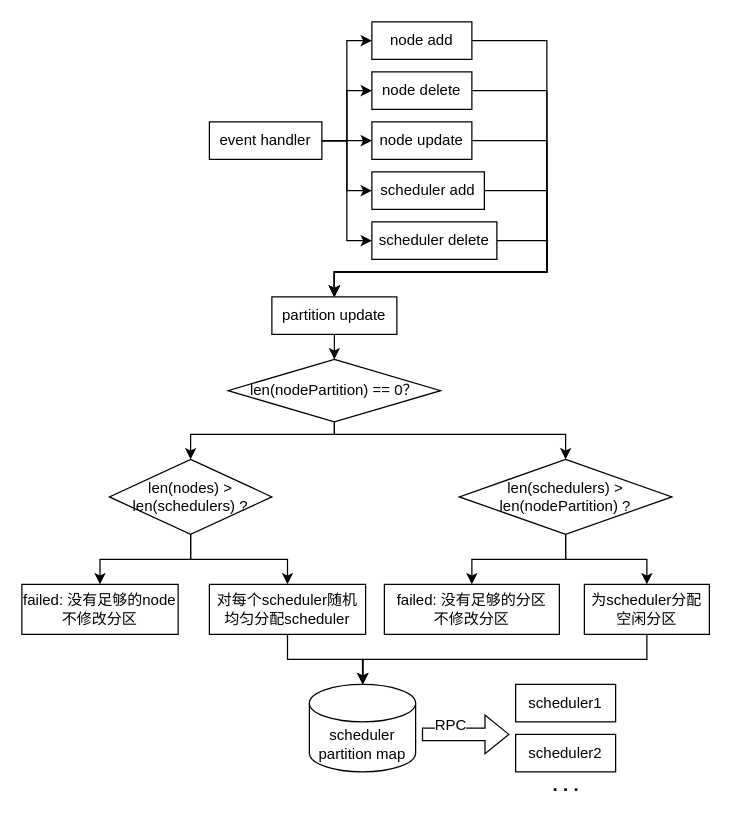
The draw.io diagram 毕业设计/各个功能模块的实现.drawio in AgentGuo/flow_chart, before the edit. Source tidied: cells renumbered, new cells numbered last; positions are measured from the earlier drawing's top-left corner, leaving out a move shared by most shapes. Both pictures are drawn from the tidied source at 125%, with x=0, y=0 at pixel (21, 21).
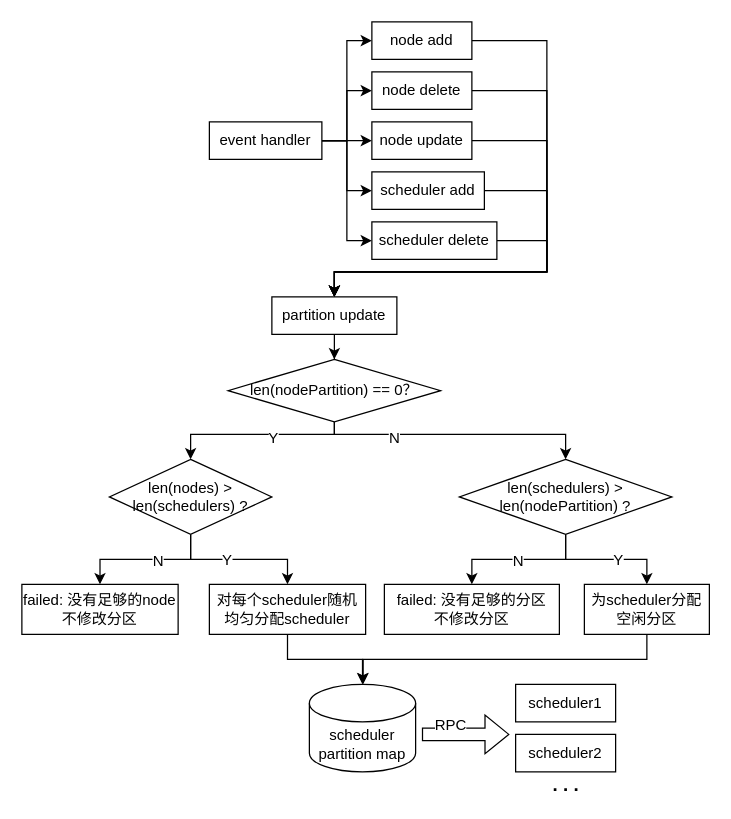
After the change.

Commit message (it also covers changes not shown here):
Update 各个功能模块的实现.drawio

The change refers to these unchanged cells:
```xml
<mxCell id="20" style="edgeStyle=orthogonalEdgeStyle;rounded=0;jettySize=auto;html=1;" parent="1" edge="1" source="22" target="25">
  <mxGeometry relative="1" as="geometry">
    <Array as="points">
      <mxPoint x="250" y="330" />
      <mxPoint x="135" y="330" />
    </Array>
  </mxGeometry>
</mxCell>
<mxCell id="21" style="edgeStyle=orthogonalEdgeStyle;rounded=0;jettySize=auto;html=1;" parent="1" edge="1" source="22" target="31">
  <mxGeometry relative="1" as="geometry">
    <Array as="points">
      <mxPoint x="250" y="330" />
      <mxPoint x="435" y="330" />
    </Array>
  </mxGeometry>
</mxCell>
<mxCell id="23" style="edgeStyle=orthogonalEdgeStyle;rounded=0;jettySize=auto;html=1;" parent="1" edge="1" source="25" target="28">
  <mxGeometry relative="1" as="geometry" />
</mxCell>
<mxCell id="24" style="edgeStyle=orthogonalEdgeStyle;rounded=0;jettySize=auto;html=1;" parent="1" edge="1" source="25" target="26">
  <mxGeometry relative="1" as="geometry" />
</mxCell>
<mxCell id="29" style="edgeStyle=orthogonalEdgeStyle;rounded=0;jettySize=auto;html=1;" parent="1" edge="1" source="31" target="32">
  <mxGeometry relative="1" as="geometry" />
</mxCell>
<mxCell id="30" style="edgeStyle=orthogonalEdgeStyle;rounded=0;jettySize=auto;html=1;" parent="1" edge="1" source="31" target="34">
  <mxGeometry relative="1" as="geometry" />
</mxCell>
```

Change to the diagram source:
```diff
@@
+    <mxCell id="41" value="Y" style="edgeLabel;html=1;align=center;verticalAlign=middle;fontSize=12;" parent="20" vertex="1">
+      <mxGeometry x="0.03" y="2" relative="1" as="geometry">
+        <mxPoint x="15" as="offset" />
+      </mxGeometry>
+    </mxCell>
@@
+    <mxCell id="42" value="N" style="edgeLabel;html=1;align=center;verticalAlign=middle;fontSize=12;" parent="21" vertex="1">
+      <mxGeometry x="-0.47" y="-2" relative="1" as="geometry" />
+    </mxCell>
@@
+    <mxCell id="43" value="Y" style="edgeLabel;html=1;align=center;verticalAlign=middle;fontSize=12;" parent="23" vertex="1">
+      <mxGeometry x="-0.18" relative="1" as="geometry" />
+    </mxCell>
@@
+    <mxCell id="44" value="N" style="edgeLabel;html=1;align=center;verticalAlign=middle;fontSize=12;" parent="24" vertex="1">
+      <mxGeometry x="-0.16" y="1" relative="1" as="geometry" />
+    </mxCell>
@@
+    <mxCell id="45" value="N" style="edgeLabel;html=1;align=center;verticalAlign=middle;fontSize=12;" parent="29" vertex="1">
+      <mxGeometry x="-0.21" y="1" relative="1" as="geometry">
+        <mxPoint x="-14" as="offset" />
+      </mxGeometry>
+    </mxCell>
@@
+    <mxCell id="46" value="Y" style="edgeLabel;html=1;align=center;verticalAlign=middle;fontSize=12;" parent="30" vertex="1">
+      <mxGeometry x="0.16" relative="1" as="geometry" />
+    </mxCell>
```
